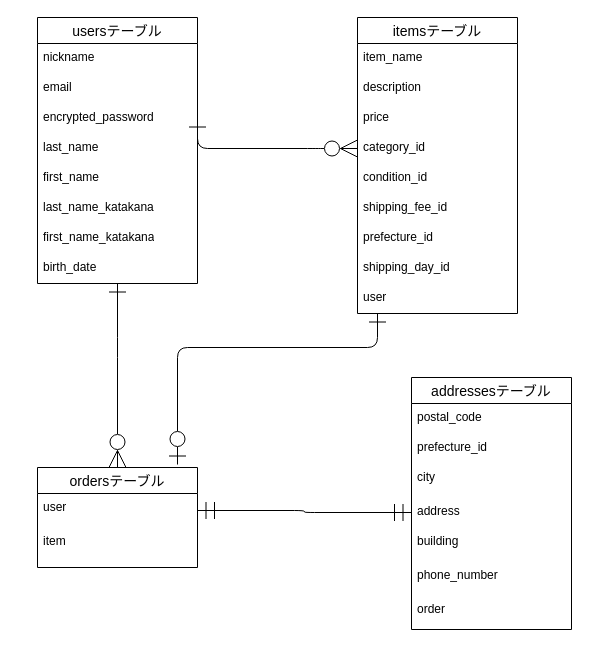
Before: furima.dio in pigeon-shou/furima-47780, a draw.io diagram. Source tidied: cells renumbered, new cells numbered last; positions are measured from the earlier drawing's top-left corner, leaving out a move shared by most shapes. Both pictures are drawn from the tidied source at 100%, with x=0, y=0 at pixel (37, 17).
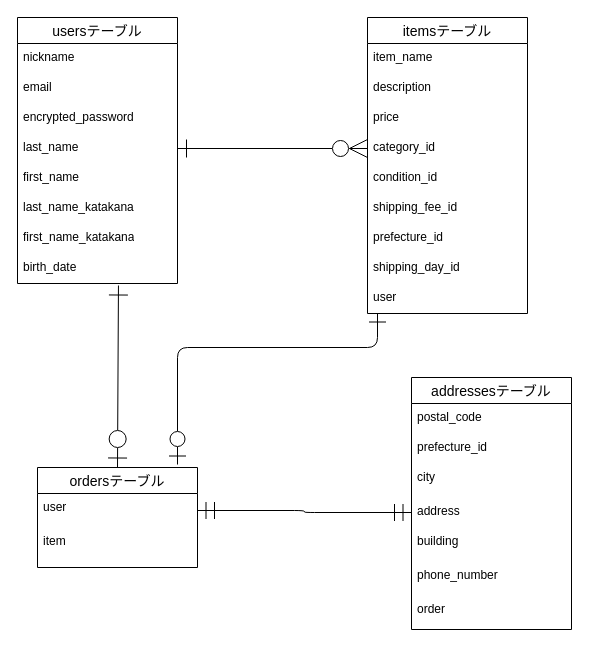
After the change.

Commit message:
ER図の微調整

The change refers to these unchanged cells:
```xml
<mxCell id="5" value="encrypted_password" style="text;strokeColor=none;fillColor=none;spacingLeft=4;spacingRight=4;overflow=hidden;points=[[0,0.5],[1,0.5]];portConstraint=eastwest;fontSize=12;whiteSpace=wrap;html=1;" parent="2" vertex="1">
  <mxGeometry y="86" width="160" height="30" as="geometry" />
</mxCell>
<mxCell id="6" value="last_name" style="text;strokeColor=none;fillColor=none;spacingLeft=4;spacingRight=4;overflow=hidden;points=[[0,0.5],[1,0.5]];portConstraint=eastwest;fontSize=12;whiteSpace=wrap;html=1;" parent="2" vertex="1">
  <mxGeometry y="116" width="160" height="30" as="geometry" />
</mxCell>
<mxCell id="10" value="birth_date" style="text;strokeColor=none;fillColor=none;spacingLeft=4;spacingRight=4;overflow=hidden;points=[[0,0.5],[1,0.5]];portConstraint=eastwest;fontSize=12;whiteSpace=wrap;html=1;" parent="2" vertex="1">
  <mxGeometry y="236" width="160" height="30" as="geometry" />
</mxCell>
<mxCell id="15" value="category_id" style="text;strokeColor=none;fillColor=none;spacingLeft=4;spacingRight=4;overflow=hidden;points=[[0,0.5],[1,0.5]];portConstraint=eastwest;fontSize=12;whiteSpace=wrap;html=1;" parent="11" vertex="1">
  <mxGeometry y="116" width="160" height="30" as="geometry" />
</mxCell>
<mxCell id="23" value="ordersテーブル" style="swimlane;fontStyle=0;horizontal=1;startSize=26;align=center;fontSize=14;" parent="1" vertex="1">
  <mxGeometry y="450" width="160" height="100" as="geometry" />
</mxCell>
```

The edit, as a diff of the source:
```diff
@@
     <mxCell id="2" value="usersテーブル" style="swimlane;fontStyle=0;horizontal=1;startSize=26;align=center;fontSize=14;" parent="1" vertex="1">
-      <mxGeometry width="160" height="266" as="geometry" />
+      <mxGeometry x="-20" width="160" height="266" as="geometry" />
     </mxCell>
@@
     <mxCell id="11" value="itemsテーブル" style="swimlane;fontStyle=0;horizontal=1;startSize=26;align=center;fontSize=14;" parent="1" vertex="1">
-      <mxGeometry x="320" width="160" height="296" as="geometry" />
+      <mxGeometry x="330" width="160" height="296" as="geometry" />
     </mxCell>
@@
-    <mxCell id="21" style="edgeStyle=orthogonalEdgeStyle;html=1;exitX=0.5;exitY=1;exitDx=0;exitDy=0;entryX=0.5;entryY=0;entryDx=0;entryDy=0;fontFamily=Helvetica;fontSize=12;fontColor=default;fontStyle=1;endSize=15;startSize=15;endArrow=ERzeroToMany;endFill=0;strokeWidth=1;startArrow=ERone;startFill=0;" parent="1" edge="1" source="2" target="23">
-      <mxGeometry relative="1" as="geometry">
-        <Array as="points">
-          <mxPoint x="80" y="330" />
-          <mxPoint x="80" y="330" />
-        </Array>
-      </mxGeometry>
-    </mxCell>
@@
-    <mxCell id="35" style="edgeStyle=orthogonalEdgeStyle;html=1;exitX=1;exitY=0.5;exitDx=0;exitDy=0;fontFamily=Helvetica;fontSize=12;fontColor=default;fontStyle=1;endArrow=ERzeroToMany;endFill=0;jumpSize=19;strokeWidth=1;endSize=15;startArrow=ERone;startFill=0;startSize=15;" parent="1" edge="1" source="5" target="15">
-      <mxGeometry relative="1" as="geometry">
-        <Array as="points">
-          <mxPoint x="280" y="131" />
-          <mxPoint x="280" y="131" />
-        </Array>
-      </mxGeometry>
-    </mxCell>
@@
+    <mxCell id="37" style="edgeStyle=none;html=1;exitX=1;exitY=0.5;exitDx=0;exitDy=0;entryX=0;entryY=0.5;entryDx=0;entryDy=0;endArrow=ERzeroToMany;endFill=0;startArrow=ERone;startFill=0;endSize=16;startSize=16;" parent="1" edge="1" source="6" target="15">
+      <mxGeometry relative="1" as="geometry" />
+    </mxCell>
+    <mxCell id="38" style="edgeStyle=none;html=1;exitX=0.5;exitY=0;exitDx=0;exitDy=0;entryX=0.631;entryY=1.067;entryDx=0;entryDy=0;entryPerimeter=0;endArrow=ERone;endFill=0;startArrow=ERzeroToOne;startFill=0;endSize=17;startSize=17;" parent="1" edge="1" source="23" target="10">
+      <mxGeometry relative="1" as="geometry" />
+    </mxCell>
```
